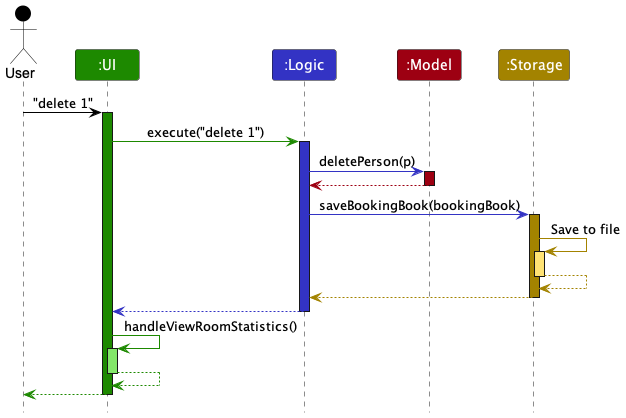
Earlier version of the PlantUML export docs/images/PieChartSequenceDiagram.png (nus-cs2103-AY2324S1/tp).
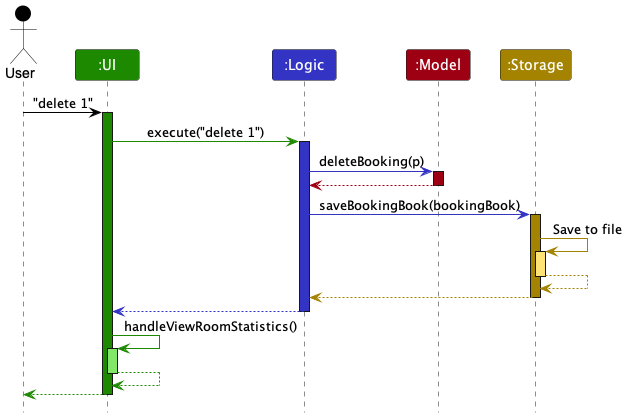
The same file after the commit.

Commit message:
Fix DG UML Diagrams

What changed in the source:
```diff
@@ -14,7 +14,7 @@
 ui -[UI_COLOR]> logic : execute("delete 1")
 activate logic LOGIC_COLOR
 
-logic -[LOGIC_COLOR]> model : deletePerson(p)
+logic -[LOGIC_COLOR]> model : deleteBooking(p)
 activate model MODEL_COLOR
 
 model -[MODEL_COLOR]-> logic
```
